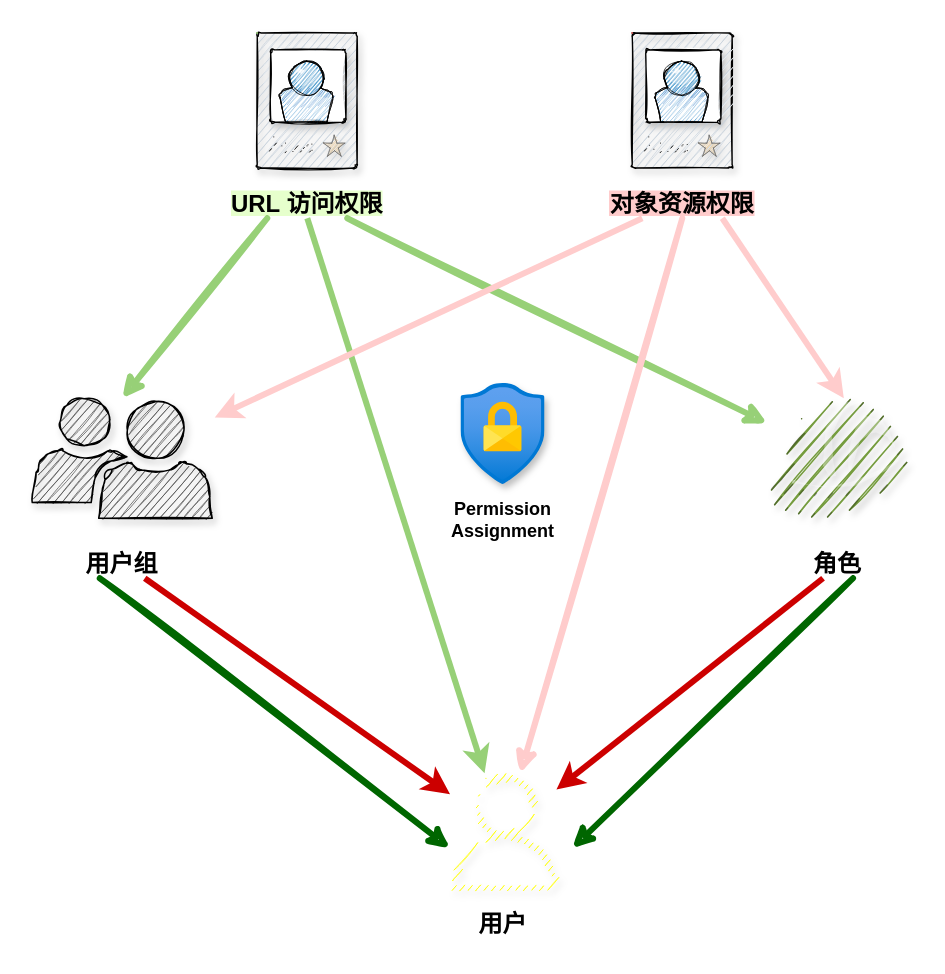
This is HIS-RBAC-AssignPermission.drawio from YuanchenZhu2020/DrawIO, a draw.io file, before an edit. Source tidied: cells renumbered, new cells numbered last; positions are measured from the earlier drawing's top-left corner, leaving out a move shared by most shapes. Both pictures are drawn from the tidied source at 150%, with x=0, y=0 at pixel (32, 32).
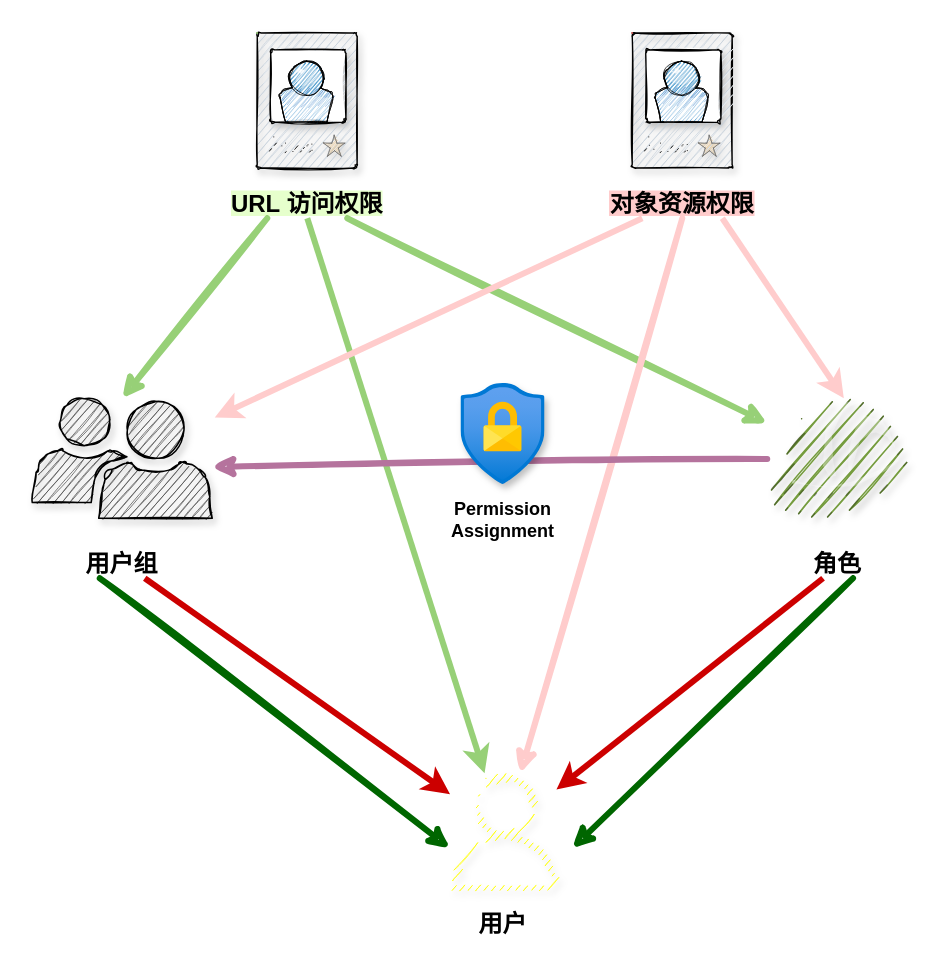
The same diagram, later.

Unchanged cells that the change refers to:
```xml
<mxCell id="9" style="shadow=1;html=1;labelPosition=center;verticalLabelPosition=bottom;verticalAlign=top;align=center;fillColor=#505050;shape=mxgraph.mscae.intune.user_group;sketch=1;strokeWidth=1;" parent="8" vertex="1">
  <mxGeometry width="120" height="80" as="geometry" />
</mxCell>
<mxCell id="12" style="outlineConnect=0;dashed=0;verticalLabelPosition=bottom;verticalAlign=top;align=center;html=1;shape=mxgraph.aws3.role;fillColor=#759C3E;gradientColor=none;shadow=1;sketch=1;strokeColor=#000000;strokeWidth=2;" parent="11" vertex="1">
  <mxGeometry width="94.5" height="79.5" as="geometry" />
</mxCell>
```

The edit, as a diff of the source:
```diff
@@
+    <mxCell id="30" style="endArrow=classic;html=1;entryX=0.997;entryY=0.572;entryDx=0;entryDy=0;entryPerimeter=0;strokeWidth=4;shadow=0;sketch=1;strokeColor=#B5739D;" parent="1" edge="1" source="12" target="9">
+      <mxGeometry relative="1" as="geometry" />
+    </mxCell>
```
